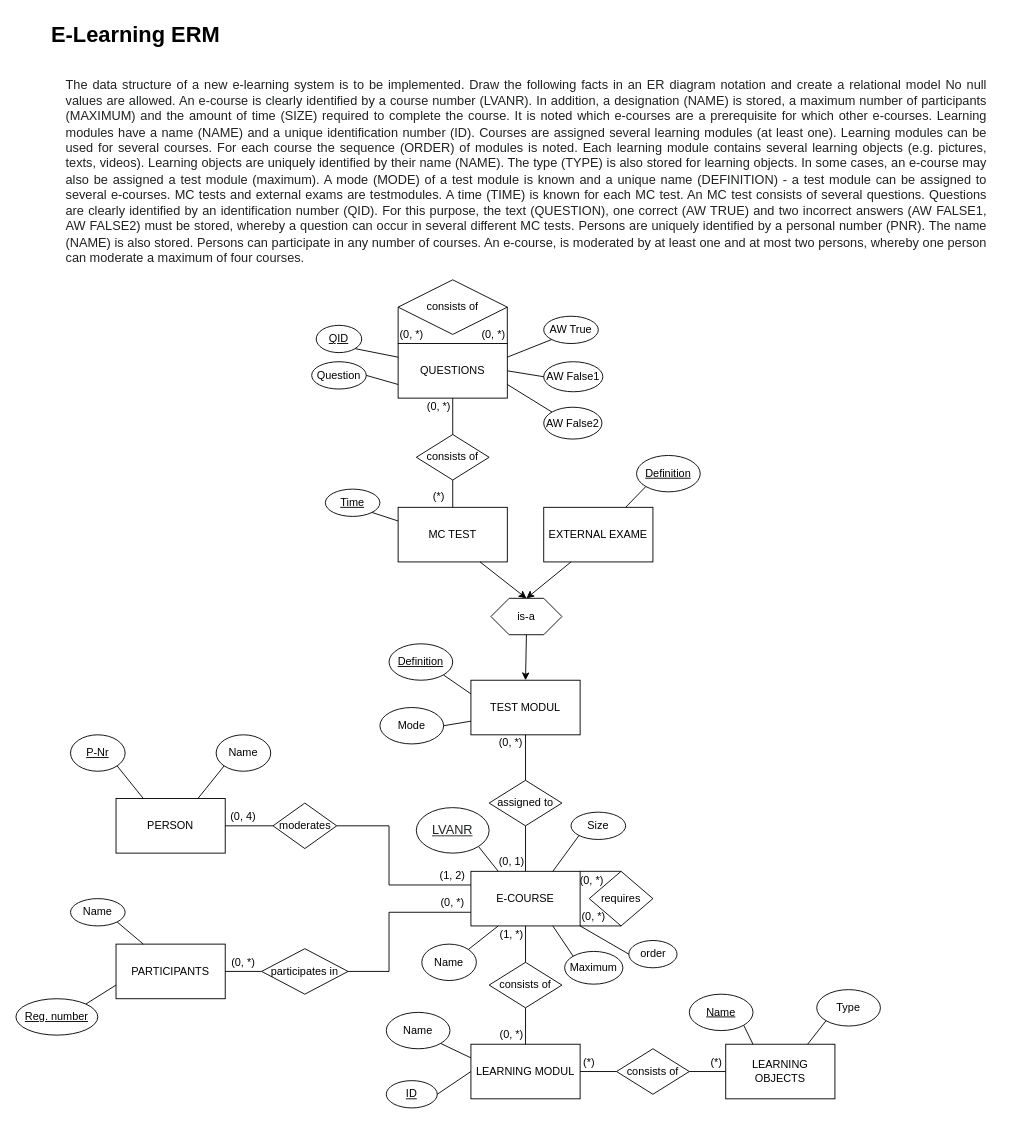
The draw.io diagram E-learning.drawio in mars-veracruz/First-Repo, before the edit. Source tidied: cells renumbered, new cells numbered last; positions are measured from the earlier drawing's top-left corner, leaving out a move shared by most shapes. Both pictures are drawn from the tidied source at 91%, with x=0, y=0 at pixel (15, 15).
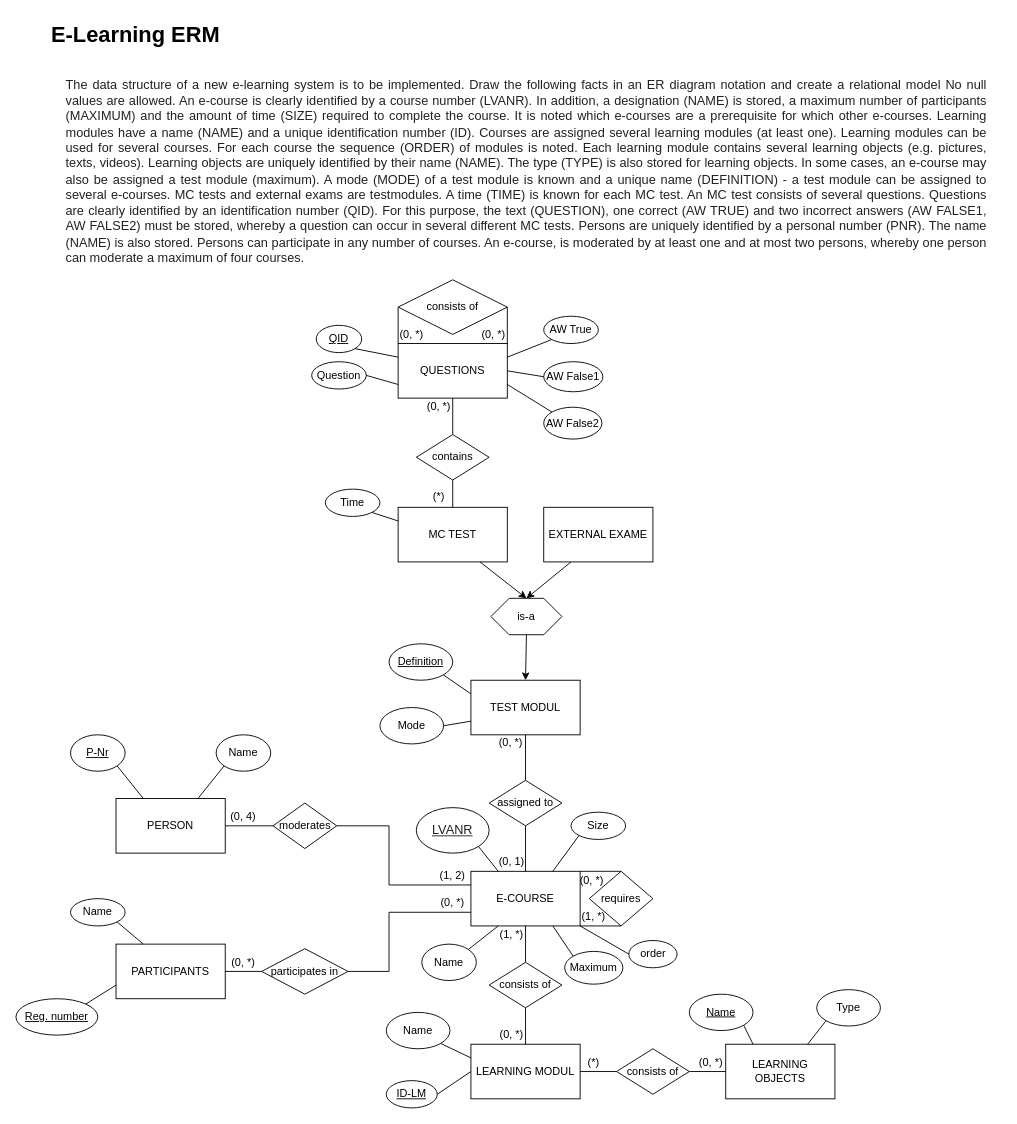
After the change.

The change refers to these unchanged cells:
```xml
<mxCell id="40" value="EXTERNAL EXAME" style="rounded=0;whiteSpace=wrap;html=1;" parent="1" vertex="1">
  <mxGeometry x="580" y="540" width="120" height="60" as="geometry" />
</mxCell>
```

Change to the diagram source:
```diff
@@
-    <mxCell id="17" value="&lt;u&gt;ID&lt;/u&gt;" style="ellipse;whiteSpace=wrap;html=1;" parent="1" vertex="1">
+    <mxCell id="17" value="&lt;u&gt;ID-LM&lt;/u&gt;" style="ellipse;whiteSpace=wrap;html=1;" parent="1" vertex="1">
       <mxGeometry x="407" y="1170" width="56" height="30" as="geometry" />
     </mxCell>
@@
-    <mxCell id="46" value="consists of" style="rhombus;whiteSpace=wrap;html=1;" parent="1" vertex="1">
+    <mxCell id="46" value="contains" style="rhombus;whiteSpace=wrap;html=1;" parent="1" vertex="1">
       <mxGeometry x="440" y="460" width="80" height="50" as="geometry" />
     </mxCell>
@@
-    <mxCell id="52" value="&lt;u&gt;Time&lt;/u&gt;" style="ellipse;whiteSpace=wrap;html=1;" parent="1" vertex="1">
+    <mxCell id="52" value="Time" style="ellipse;whiteSpace=wrap;html=1;" parent="1" vertex="1">
       <mxGeometry x="340" y="520" width="60" height="30" as="geometry" />
     </mxCell>
@@
     <mxCell id="88" value="(*)" style="text;html=1;align=center;verticalAlign=middle;whiteSpace=wrap;rounded=0;" parent="1" vertex="1">
-      <mxGeometry x="600" y="1135" width="60" height="30" as="geometry" />
+      <mxGeometry x="605" y="1135" width="60" height="30" as="geometry" />
     </mxCell>
-    <mxCell id="89" value="(*)" style="text;html=1;align=center;verticalAlign=middle;whiteSpace=wrap;rounded=0;" parent="1" vertex="1">
-      <mxGeometry x="740" y="1135" width="60" height="30" as="geometry" />
+    <mxCell id="89" value="(0, *)" style="text;html=1;align=center;verticalAlign=middle;whiteSpace=wrap;rounded=0;" parent="1" vertex="1">
+      <mxGeometry x="734" y="1135" width="60" height="30" as="geometry" />
     </mxCell>
@@
-    <mxCell id="92" value="&lt;u&gt;Definition&lt;/u&gt;" style="ellipse;whiteSpace=wrap;html=1;" parent="1" vertex="1">
-      <mxGeometry x="682" y="483" width="70" height="40" as="geometry" />
-    </mxCell>
-    <mxCell id="93" style="endArrow=none;html=1;rounded=0;entryX=0.75;entryY=0;entryDx=0;entryDy=0;exitX=0;exitY=1;exitDx=0;exitDy=0;" parent="1" edge="1" source="92" target="40">
-      <mxGeometry relative="1" as="geometry" />
-    </mxCell>
@@
-    <mxCell id="99" value="(0, *)" style="text;html=1;align=center;verticalAlign=middle;whiteSpace=wrap;rounded=0;" parent="1" vertex="1">
+    <mxCell id="99" value="(1, *)" style="text;html=1;align=center;verticalAlign=middle;whiteSpace=wrap;rounded=0;" parent="1" vertex="1">
       <mxGeometry x="605" y="975" width="60" height="30" as="geometry" />
     </mxCell>
```
